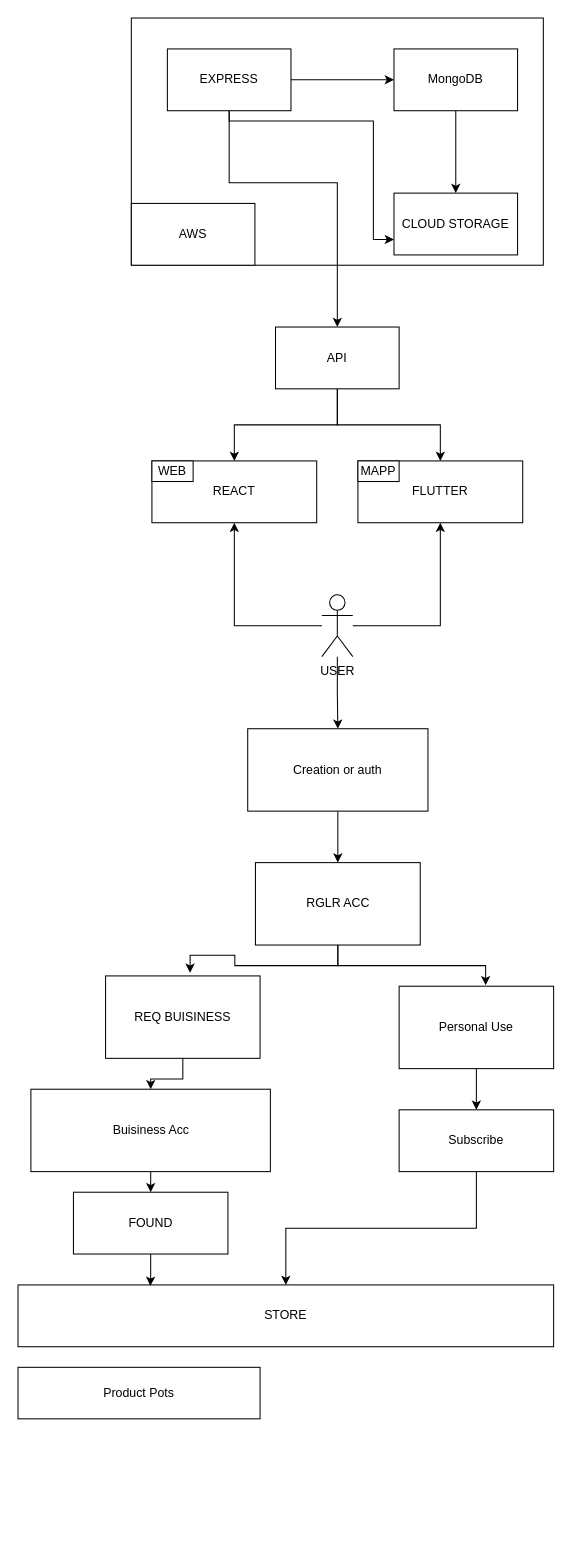
The draw.io diagram draw.io/Untitled Diagram.drawio in onlymachiavelli/draw.io, before the edit. Source tidied: cells renumbered, new cells numbered last; positions are measured from the earlier drawing's top-left corner, leaving out a move shared by most shapes. Both pictures are drawn from the tidied source at 103%, with x=0, y=0 at pixel (18, 18).
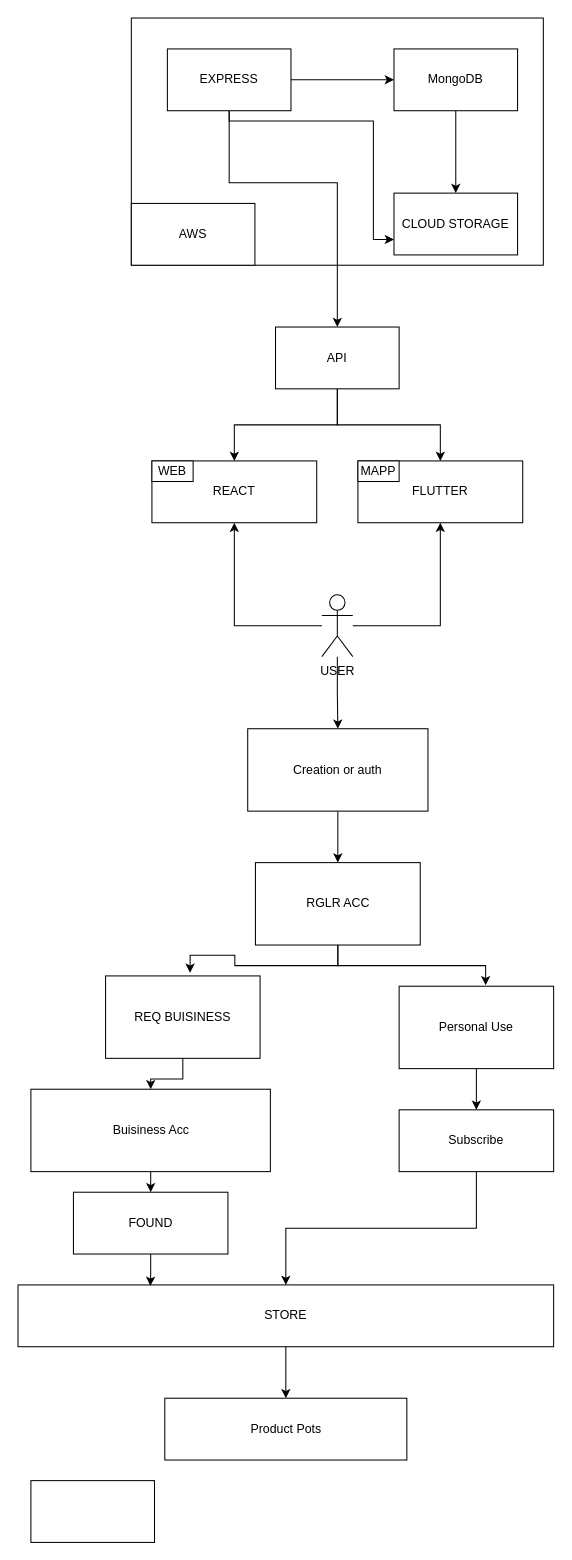
The same page after the edit.

Commit message:
user ex post

The change refers to these unchanged cells:
```xml
<mxCell id="33" value="STORE" style="rounded=0;whiteSpace=wrap;html=1;" parent="1" vertex="1">
  <mxGeometry y="1230" width="520" height="60" as="geometry" />
</mxCell>
```

Diff of the diagram source:
```diff
@@
+    <mxCell id="39" style="edgeStyle=orthogonalEdgeStyle;rounded=0;jettySize=auto;html=1;" parent="1" edge="1" source="33" target="38">
+      <mxGeometry relative="1" as="geometry" />
+    </mxCell>
@@
     <mxCell id="38" value="Product Pots" style="rounded=0;whiteSpace=wrap;html=1;" parent="1" vertex="1">
-      <mxGeometry y="1310" width="235" height="50" as="geometry" />
+      <mxGeometry x="142.5" y="1340" width="235" height="60" as="geometry" />
     </mxCell>
+    <mxCell id="40" style="rounded=0;whiteSpace=wrap;html=1;" parent="1" vertex="1">
+      <mxGeometry x="12.5" y="1420" width="120" height="60" as="geometry" />
+    </mxCell>
```
